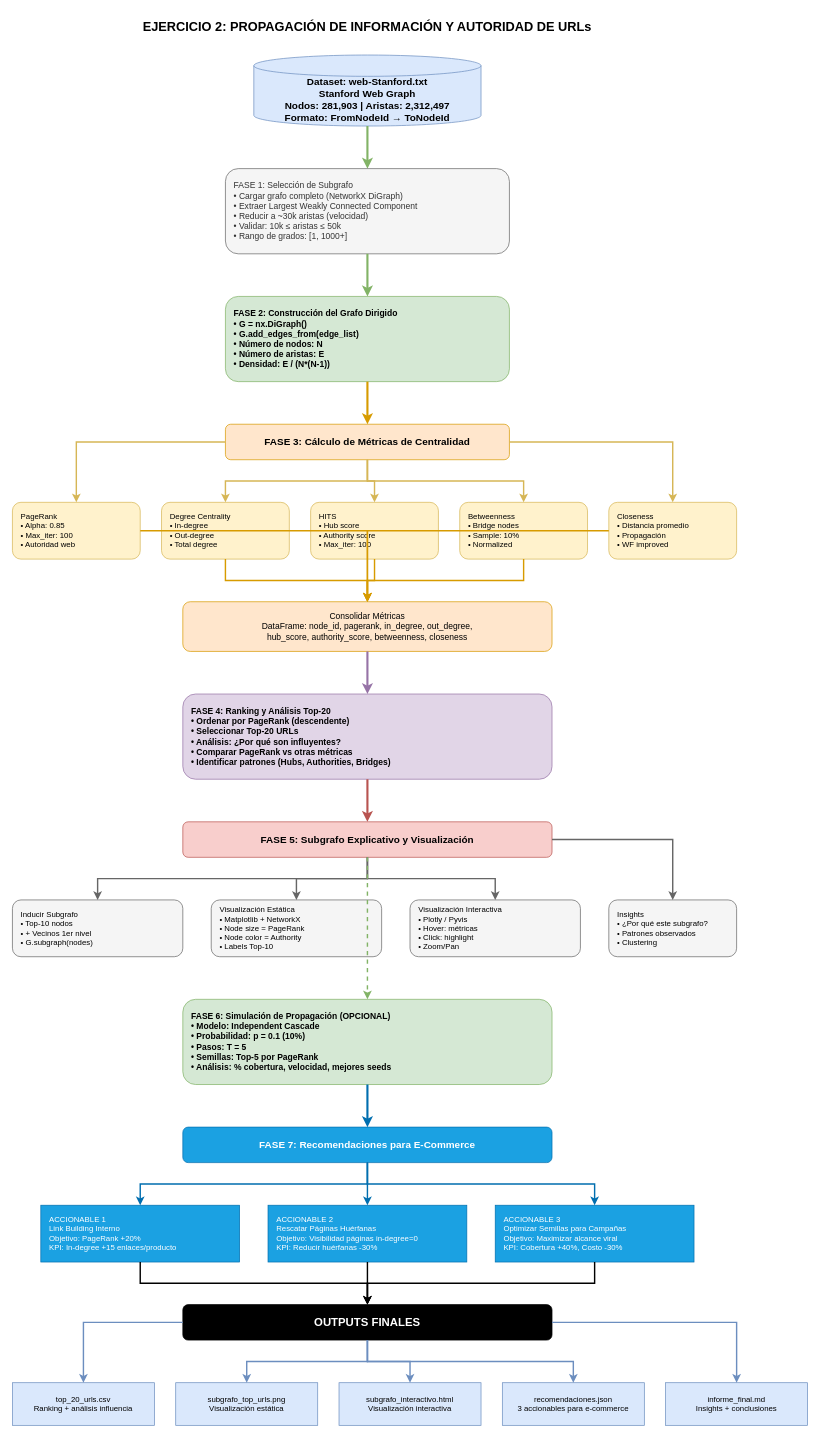
Above: Ejercicio_2/diagrama_solucion.drawio in Danilo22m/Prueba_Mercado_Libre (draw.io), before the change. Source tidied: cells renumbered, new cells numbered last; positions are measured from the earlier drawing's top-left corner, leaving out a move shared by most shapes. Both pictures are drawn from the tidied source at 71%, with x=0, y=0 at pixel (12, 12).
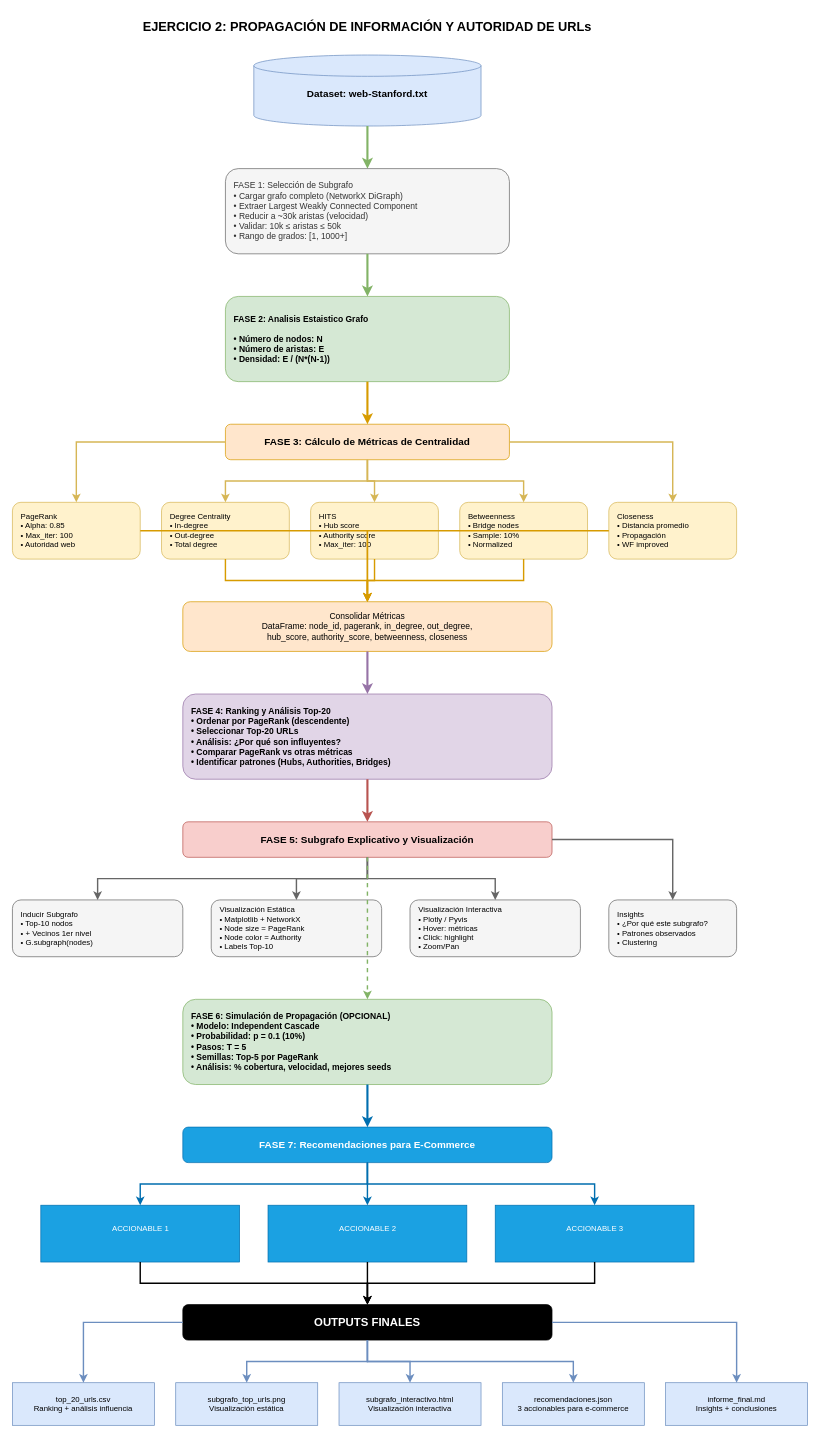
After the change.

Commit message:
Ajustes Ejercicio 2

What changed in the source:
```diff
@@
-    <mxCell id="3" value="Dataset: web-Stanford.txt&#10;Stanford Web Graph&#10;Nodos: 281,903 | Aristas: 2,312,497&#10;Formato: FromNodeId → ToNodeId" style="shape=cylinder3;whiteSpace=wrap;html=1;boundedLbl=1;backgroundOutline=1;size=15;fillColor=#dae8fc;strokeColor=#6c8ebf;fontSize=14;fontStyle=1;" parent="1" vertex="1">
+    <mxCell id="3" value="Dataset: web-Stanford.txt&lt;div&gt;&lt;br/&gt;&lt;/div&gt;" style="shape=cylinder3;whiteSpace=wrap;html=1;boundedLbl=1;backgroundOutline=1;size=15;fillColor=#dae8fc;strokeColor=#6c8ebf;fontSize=14;fontStyle=1;" parent="1" vertex="1">
       <mxGeometry x="340" y="60" width="320" height="100" as="geometry" />
     </mxCell>
@@
-    <mxCell id="7" value="FASE 2: Construcción del Grafo Dirigido&#10;• G = nx.DiGraph()&#10;• G.add_edges_from(edge_list)&#10;• Número de nodos: N&#10;• Número de aristas: E&#10;• Densidad: E / (N*(N-1))" style="rounded=1;whiteSpace=wrap;html=1;fillColor=#d5e8d4;strokeColor=#82b366;fontSize=12;align=left;spacingLeft=10;fontStyle=1;" parent="1" vertex="1">
+    <mxCell id="7" value="FASE 2: Analisis Estaistico Grafo&lt;div&gt;&lt;br&gt;• Número de nodos: N&lt;br&gt;• Número de aristas: E&lt;br&gt;• Densidad: E / (N*(N-1))&lt;/div&gt;" style="rounded=1;whiteSpace=wrap;html=1;fillColor=#d5e8d4;strokeColor=#82b366;fontSize=12;align=left;spacingLeft=10;fontStyle=1;" parent="1" vertex="1">
       <mxGeometry x="300" y="400" width="400" height="120" as="geometry" />
     </mxCell>
@@
-    <mxCell id="42" value="ACCIONABLE 1&#10;Link Building Interno&#10;Objetivo: PageRank +20%&#10;KPI: In-degree +15 enlaces/producto" style="rounded=0;whiteSpace=wrap;html=1;fillColor=#1ba1e2;strokeColor=#006EAF;fontSize=11;fontColor=#ffffff;align=left;spacingLeft=10;" parent="1" vertex="1">
+    <mxCell id="42" value="&amp;nbsp; &amp;nbsp; &amp;nbsp; &amp;nbsp; &amp;nbsp; &amp;nbsp; &amp;nbsp; &amp;nbsp; &amp;nbsp; &amp;nbsp; &amp;nbsp; &amp;nbsp; &amp;nbsp; &amp;nbsp; &amp;nbsp;ACCIONABLE 1&lt;div&gt;&lt;br&gt;&lt;/div&gt;" style="rounded=0;whiteSpace=wrap;html=1;fillColor=#1ba1e2;strokeColor=#006EAF;fontSize=11;fontColor=#ffffff;align=left;spacingLeft=10;" parent="1" vertex="1">
       <mxGeometry x="40" y="1680" width="280" height="80" as="geometry" />
     </mxCell>
-    <mxCell id="43" value="ACCIONABLE 2&#10;Rescatar Páginas Huérfanas&#10;Objetivo: Visibilidad páginas in-degree=0&#10;KPI: Reducir huérfanas -30%" style="rounded=0;whiteSpace=wrap;html=1;fillColor=#1ba1e2;strokeColor=#006EAF;fontSize=11;fontColor=#ffffff;align=left;spacingLeft=10;" parent="1" vertex="1">
+    <mxCell id="43" value="&amp;nbsp; &amp;nbsp; &amp;nbsp; &amp;nbsp; &amp;nbsp; &amp;nbsp; &amp;nbsp; &amp;nbsp; &amp;nbsp; &amp;nbsp; &amp;nbsp; &amp;nbsp; &amp;nbsp; &amp;nbsp; &amp;nbsp;ACCIONABLE 2&lt;div&gt;&lt;br&gt;&lt;/div&gt;" style="rounded=0;whiteSpace=wrap;html=1;fillColor=#1ba1e2;strokeColor=#006EAF;fontSize=11;fontColor=#ffffff;align=left;spacingLeft=10;" parent="1" vertex="1">
       <mxGeometry x="360" y="1680" width="280" height="80" as="geometry" />
     </mxCell>
-    <mxCell id="44" value="ACCIONABLE 3&#10;Optimizar Semillas para Campañas&#10;Objetivo: Maximizar alcance viral&#10;KPI: Cobertura +40%, Costo -30%" style="rounded=0;whiteSpace=wrap;html=1;fillColor=#1ba1e2;strokeColor=#006EAF;fontSize=11;fontColor=#ffffff;align=left;spacingLeft=10;" parent="1" vertex="1">
+    <mxCell id="44" value="&amp;nbsp; &amp;nbsp; &amp;nbsp; &amp;nbsp; &amp;nbsp; &amp;nbsp; &amp;nbsp; &amp;nbsp; &amp;nbsp; &amp;nbsp; &amp;nbsp; &amp;nbsp; &amp;nbsp; &amp;nbsp; &amp;nbsp;ACCIONABLE 3&lt;div&gt;&lt;br/&gt;&lt;/div&gt;" style="rounded=0;whiteSpace=wrap;html=1;fillColor=#1ba1e2;strokeColor=#006EAF;fontSize=11;fontColor=#ffffff;align=left;spacingLeft=10;" parent="1" vertex="1">
       <mxGeometry x="680" y="1680" width="280" height="80" as="geometry" />
     </mxCell>
```
